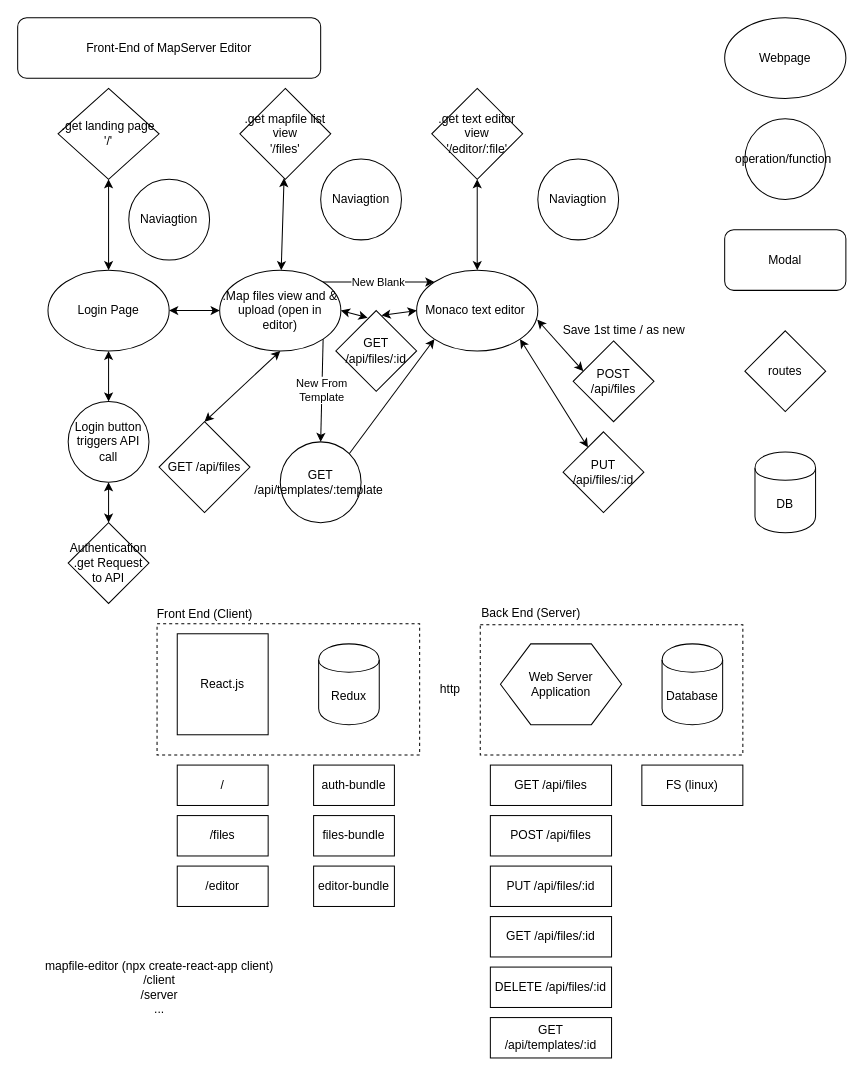
The draw.io diagram page "Page-2" (2 of 2) of assets/mapserver (1) (1).drawio in corpsmap/mapfile-editor, before the edit. Source tidied: cells renumbered, new cells numbered last; positions are measured from the earlier drawing's top-left corner, leaving out a move shared by most shapes. Both pictures are drawn from the tidied source at 101%, with x=0, y=0 at pixel (17, 17).
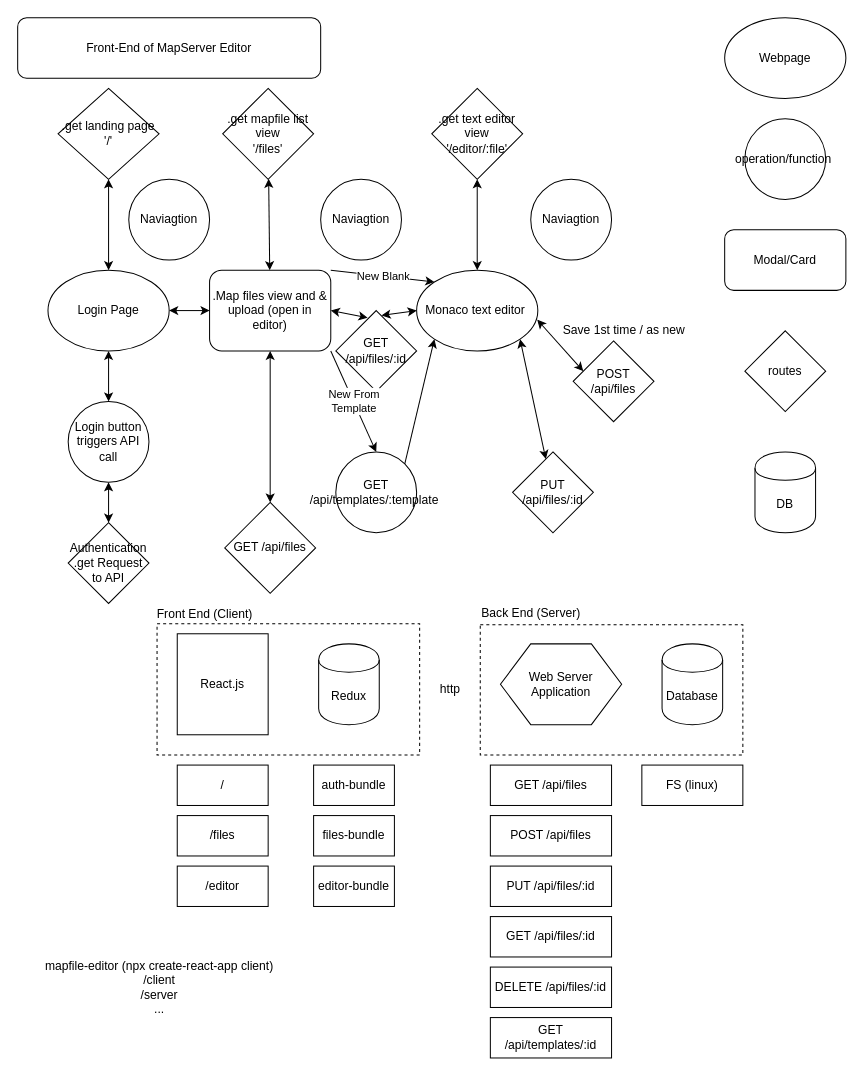
After the change.

Commit message (it also covers changes not shown here):
update Readme added flow chart, views of app, and deployed app link

The edit, as a diff of the source:
```diff
@@
-    <mxCell id="6" value=".Map files view and &amp;amp; upload (open in editor)" style="ellipse;whiteSpace=wrap;html=1;" parent="1" vertex="1">
-      <mxGeometry x="200" y="250" width="120" height="80" as="geometry" />
+    <mxCell id="6" value=".Map files view and &amp;amp; upload (open in editor)" style="rounded=1;whiteSpace=wrap;html=1;" parent="1" vertex="1">
+      <mxGeometry x="190" y="250" width="120" height="80" as="geometry" />
     </mxCell>
@@
-    <mxCell id="11" value="Modal" style="rounded=1;whiteSpace=wrap;html=1;" parent="1" vertex="1">
+    <mxCell id="11" value="Modal/Card" style="rounded=1;whiteSpace=wrap;html=1;" parent="1" vertex="1">
       <mxGeometry x="700" y="210" width="120" height="60" as="geometry" />
     </mxCell>
     <mxCell id="12" value="GET /api/templates/:template&amp;nbsp;" style="ellipse;whiteSpace=wrap;html=1;" parent="1" vertex="1">
-      <mxGeometry x="260" y="420" width="80" height="80" as="geometry" />
+      <mxGeometry x="315" y="430" width="80" height="80" as="geometry" />
     </mxCell>
@@
     <mxCell id="15" value="&lt;span style=&quot;white-space: normal&quot;&gt;GET /api/files&lt;/span&gt;" style="rhombus;whiteSpace=wrap;html=1;" parent="1" vertex="1">
-      <mxGeometry x="140" y="400" width="90" height="90" as="geometry" />
+      <mxGeometry x="205" y="480" width="90" height="90" as="geometry" />
     </mxCell>
@@
     <mxCell id="17" value=".get mapfile list view&lt;br&gt;'/files'" style="rhombus;whiteSpace=wrap;html=1;" parent="1" vertex="1">
-      <mxGeometry x="220" y="70" width="90" height="90" as="geometry" />
+      <mxGeometry x="203" y="70" width="90" height="90" as="geometry" />
     </mxCell>
@@
     <mxCell id="20" value="PUT /api/files/:id" style="rhombus;whiteSpace=wrap;html=1;" parent="1" vertex="1">
-      <mxGeometry x="540" y="410" width="80" height="80" as="geometry" />
+      <mxGeometry x="490" y="430" width="80" height="80" as="geometry" />
     </mxCell>
@@
     <mxCell id="26" value="Naviagtion" style="ellipse;whiteSpace=wrap;html=1;" parent="1" vertex="1">
-      <mxGeometry x="300" y="140" width="80" height="80" as="geometry" />
+      <mxGeometry x="300" y="160" width="80" height="80" as="geometry" />
     </mxCell>
     <mxCell id="27" value="Naviagtion" style="ellipse;whiteSpace=wrap;html=1;" parent="1" vertex="1">
-      <mxGeometry x="515" y="140" width="80" height="80" as="geometry" />
+      <mxGeometry x="508" y="160" width="80" height="80" as="geometry" />
     </mxCell>
```
